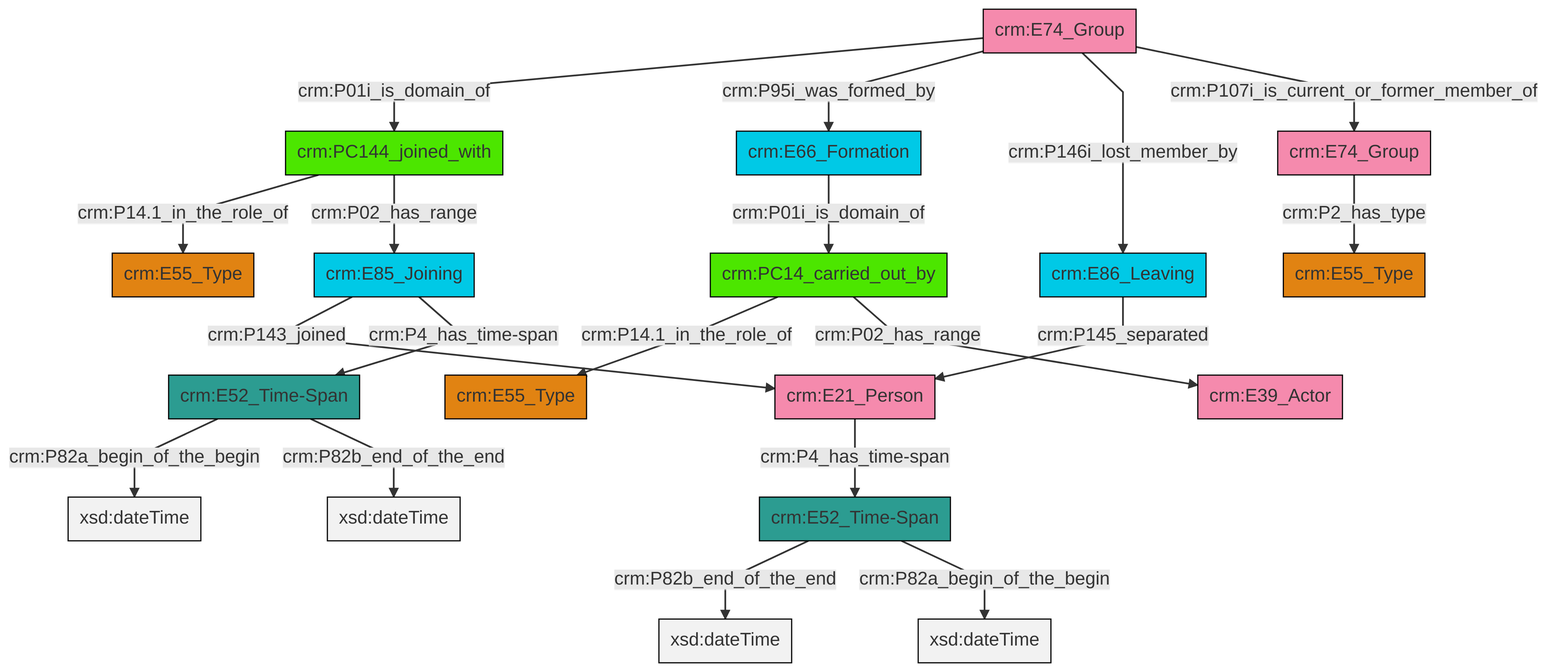
swiss-art-research-net/reference-data-models keeps this Mermaid diagram as et/groupCSV/ttl/mmd/png/group_actor_relations.png. Above is the earlier version. Its source is kept beside it as et/groupCSV/ttl/mmd/group_actor_relations.ttl.mmd.
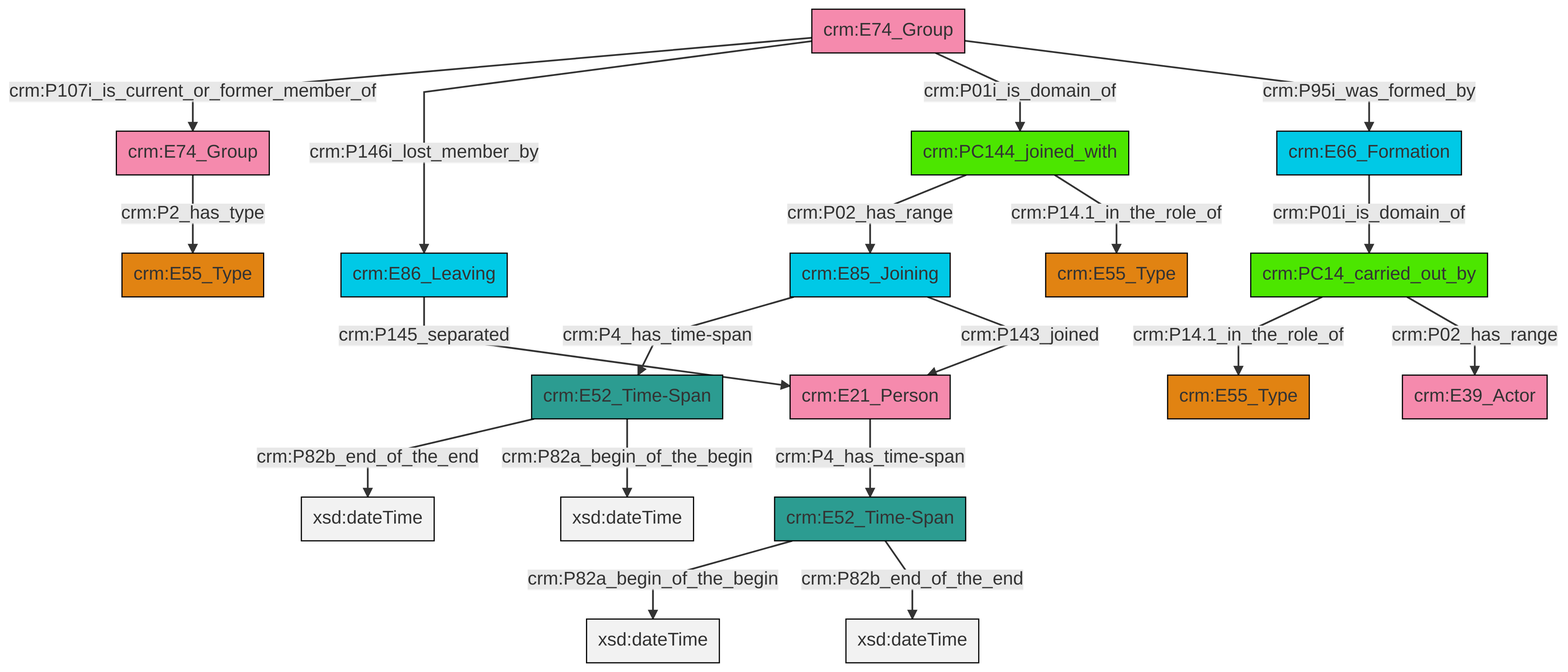
After the commit.

Change to the diagram source:
```diff
@@ -13,21 +13,21 @@
 classDef PC_Classes fill:#4ce600, stroke:#000000;
 classDef Multi fill:#cccccc,stroke:#000000;
 
-0["crm:PC14_carried_out_by"]:::PC_Classes -->|crm:P14.1_in_the_role_of| 1["crm:E55_Type"]:::Type
-2["crm:E85_Joining"]:::Temporal_Entity -->|crm:P143_joined| 3["crm:E21_Person"]:::Actor
-4["crm:E52_Time-Span"]:::Time-Span -->|crm:P82a_begin_of_the_begin| 5[xsd:dateTime]:::Literal
-10["crm:E74_Group"]:::Actor -->|crm:P01i_is_domain_of| 11["crm:PC144_joined_with"]:::PC_Classes
-11["crm:PC144_joined_with"]:::PC_Classes -->|crm:P14.1_in_the_role_of| 12["crm:E55_Type"]:::Type
-10["crm:E74_Group"]:::Actor -->|crm:P95i_was_formed_by| 15["crm:E66_Formation"]:::Temporal_Entity
-0["crm:PC14_carried_out_by"]:::PC_Classes -->|crm:P02_has_range| 16["crm:E39_Actor"]:::Actor
-15["crm:E66_Formation"]:::Temporal_Entity -->|crm:P01i_is_domain_of| 0["crm:PC14_carried_out_by"]:::PC_Classes
-2["crm:E85_Joining"]:::Temporal_Entity -->|crm:P4_has_time-span| 4["crm:E52_Time-Span"]:::Time-Span
-3["crm:E21_Person"]:::Actor -->|crm:P4_has_time-span| 6["crm:E52_Time-Span"]:::Time-Span
-11["crm:PC144_joined_with"]:::PC_Classes -->|crm:P02_has_range| 2["crm:E85_Joining"]:::Temporal_Entity
-26["crm:E74_Group"]:::Actor -->|crm:P2_has_type| 8["crm:E55_Type"]:::Type
-4["crm:E52_Time-Span"]:::Time-Span -->|crm:P82b_end_of_the_end| 30[xsd:dateTime]:::Literal
-10["crm:E74_Group"]:::Actor -->|crm:P146i_lost_member_by| 17["crm:E86_Leaving"]:::Temporal_Entity
-10["crm:E74_Group"]:::Actor -->|crm:P107i_is_current_or_former_member_of| 26["crm:E74_Group"]:::Actor
-6["crm:E52_Time-Span"]:::Time-Span -->|crm:P82b_end_of_the_end| 31[xsd:dateTime]:::Literal
-17["crm:E86_Leaving"]:::Temporal_Entity -->|crm:P145_separated| 3["crm:E21_Person"]:::Actor
-6["crm:E52_Time-Span"]:::Time-Span -->|crm:P82a_begin_of_the_begin| 34[xsd:dateTime]:::Literal
+0["crm:E52_Time-Span"]:::Time-Span -->|crm:P82a_begin_of_the_begin| 1[xsd:dateTime]:::Literal
+2["crm:E52_Time-Span"]:::Time-Span -->|crm:P82b_end_of_the_end| 3[xsd:dateTime]:::Literal
+2["crm:E52_Time-Span"]:::Time-Span -->|crm:P82a_begin_of_the_begin| 4[xsd:dateTime]:::Literal
+5["crm:PC144_joined_with"]:::PC_Classes -->|crm:P02_has_range| 6["crm:E85_Joining"]:::Temporal_Entity
+11["crm:PC14_carried_out_by"]:::PC_Classes -->|crm:P14.1_in_the_role_of| 9["crm:E55_Type"]:::Type
+12["crm:E74_Group"]:::Actor -->|crm:P107i_is_current_or_former_member_of| 13["crm:E74_Group"]:::Actor
+15["crm:E66_Formation"]:::Temporal_Entity -->|crm:P01i_is_domain_of| 11["crm:PC14_carried_out_by"]:::PC_Classes
+11["crm:PC14_carried_out_by"]:::PC_Classes -->|crm:P02_has_range| 19["crm:E39_Actor"]:::Actor
+12["crm:E74_Group"]:::Actor -->|crm:P146i_lost_member_by| 20["crm:E86_Leaving"]:::Temporal_Entity
+6["crm:E85_Joining"]:::Temporal_Entity -->|crm:P4_has_time-span| 2["crm:E52_Time-Span"]:::Time-Span
+16["crm:E21_Person"]:::Actor -->|crm:P4_has_time-span| 0["crm:E52_Time-Span"]:::Time-Span
+20["crm:E86_Leaving"]:::Temporal_Entity -->|crm:P145_separated| 16["crm:E21_Person"]:::Actor
+13["crm:E74_Group"]:::Actor -->|crm:P2_has_type| 7["crm:E55_Type"]:::Type
+6["crm:E85_Joining"]:::Temporal_Entity -->|crm:P143_joined| 16["crm:E21_Person"]:::Actor
+5["crm:PC144_joined_with"]:::PC_Classes -->|crm:P14.1_in_the_role_of| 25["crm:E55_Type"]:::Type
+12["crm:E74_Group"]:::Actor -->|crm:P01i_is_domain_of| 5["crm:PC144_joined_with"]:::PC_Classes
+12["crm:E74_Group"]:::Actor -->|crm:P95i_was_formed_by| 15["crm:E66_Formation"]:::Temporal_Entity
+0["crm:E52_Time-Span"]:::Time-Span -->|crm:P82b_end_of_the_end| 34[xsd:dateTime]:::Literal
```
